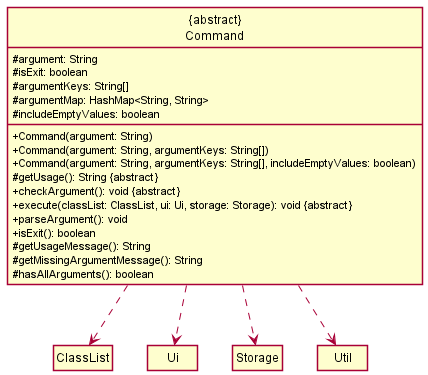
nus-cs2113-AY2122S1/tp keeps this PlantUML diagram as docs/diagrams/class/CommandClassDiagram.png. Above is the earlier version.
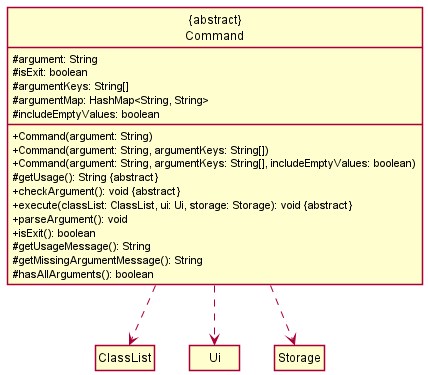
Later version of the same file.

Commit message:
Update TaaClassDiagram and CommandClassDiagram

Change to the diagram source:
```diff
@@ -23,11 +23,9 @@
 class ClassList
 class Ui
 class Storage
-class Util
 
 Command .down.> ClassList
 Command .down.> Ui
 Command .down.> Storage
-Command .down.> Util
 
 @enduml
```
